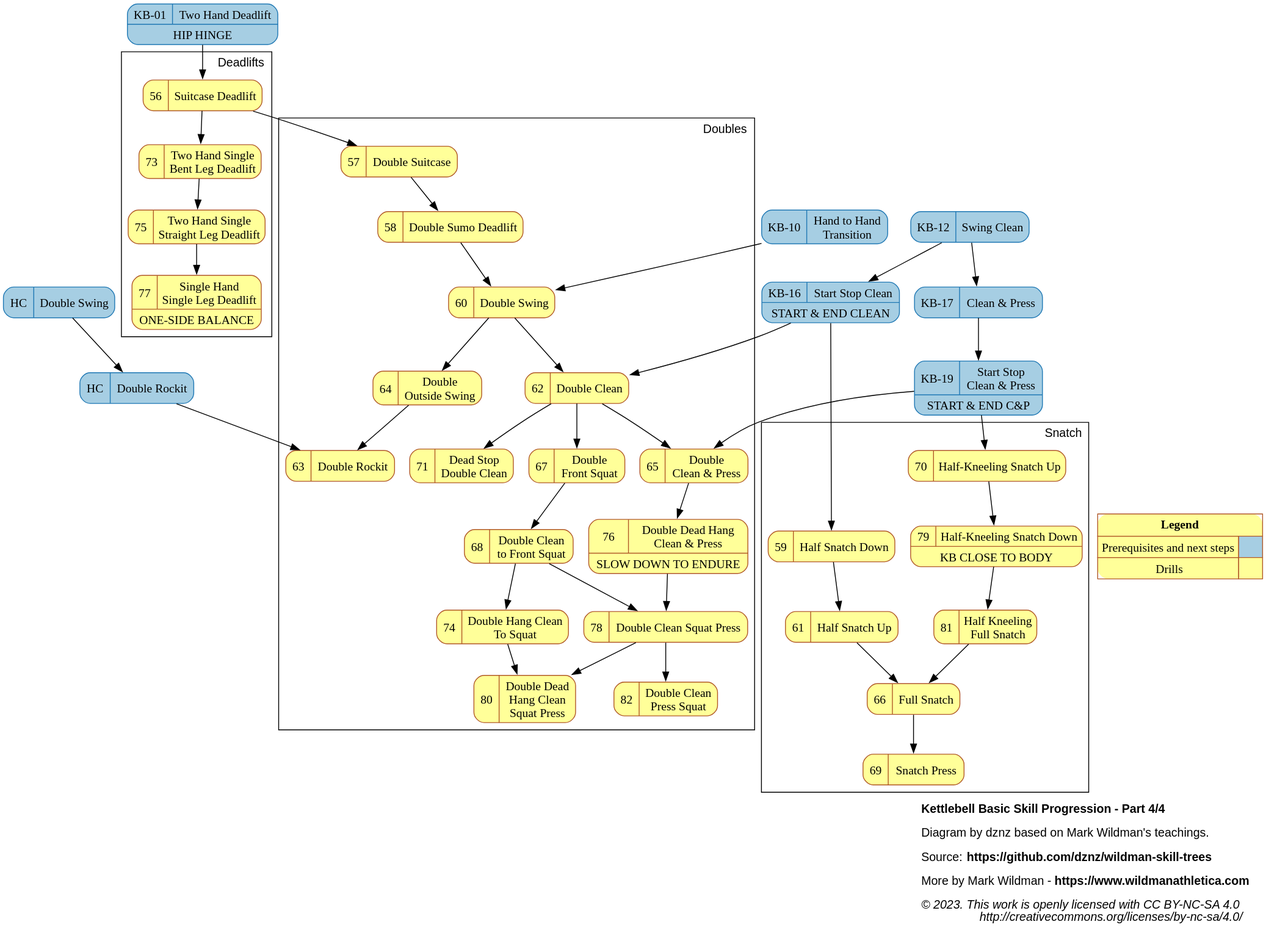
dznz/wildman-skill-trees keeps this PlantUML diagram as dist/kb_progression_4.svg. Above is the earlier version. Its source is kept beside it as src/kb/kb_progression_4.puml.
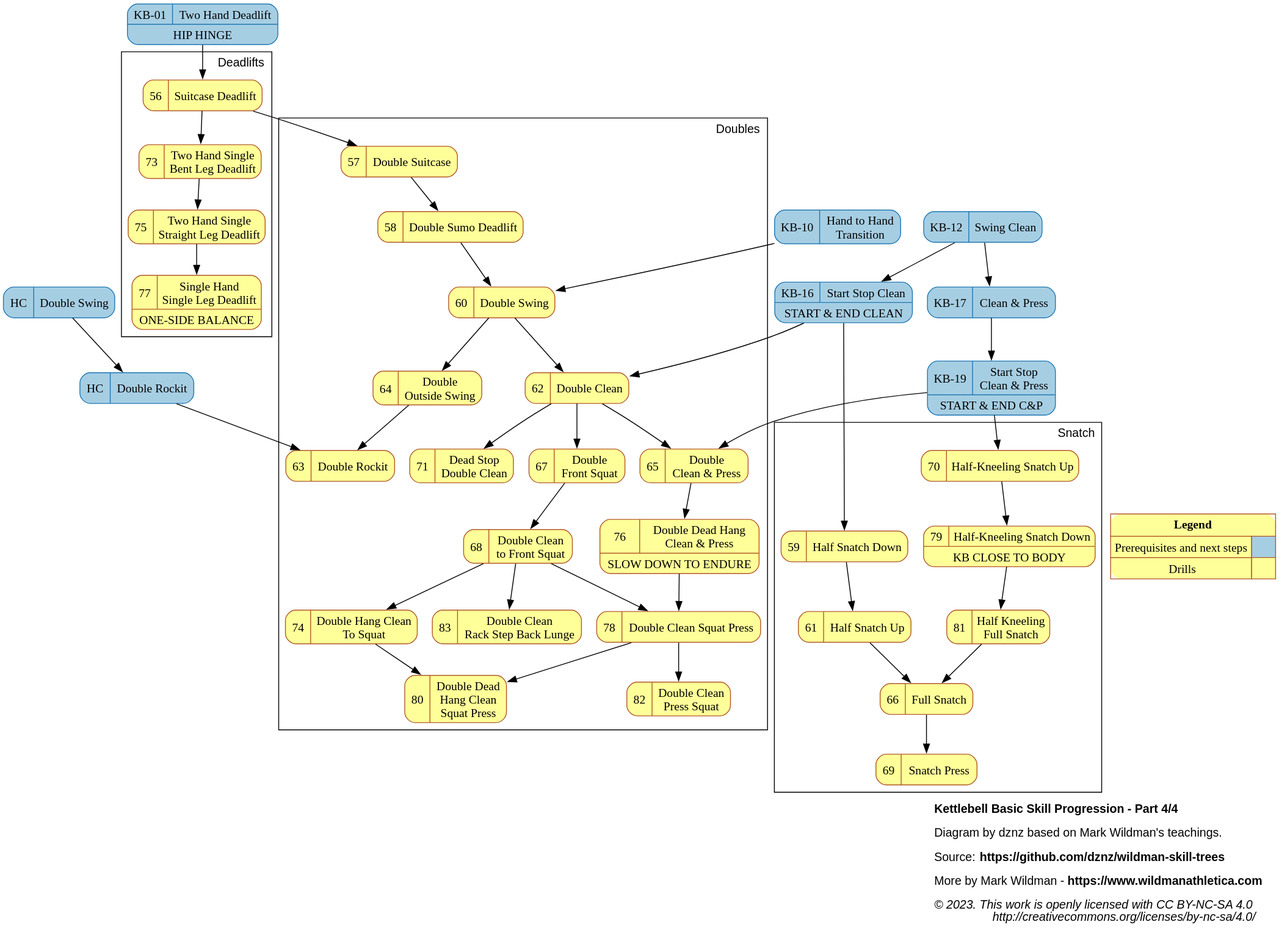
The same file after the commit.

Change to the diagram source:
```diff
@@ -61,6 +61,7 @@
   mov_80_dblhangcsp         [label="{{80|Double Dead\nHang Clean\nSquat Press}}"                URL="https://www.youtube.com/watch?v=DpGOSw7kGO0"];
   mov_81_kneelsnatch        [label="{{81|Half Kneeling\nFull Snatch}}"                          URL="https://www.youtube.com/watch?v=axx4kfUzkl4"];
   mov_82_dblcleanpresssq    [label="{{82|Double Clean\nPress Squat}}"                           URL="https://www.youtube.com/watch?v=t5fDkX3vjiU"];
+  mov_83_dblcleansblunge    [label="{{83|Double Clean\nRack Step Back Lunge}}"                  URL="https://www.youtube.com/watch?v=mNt7guHRP4U"];
 
   // Precursor dependencies
   ext_hc_dblswing -> ext_hc_dblrockit;
@@ -102,6 +103,7 @@
     {mov_76_dblhangcap, mov_68_dblclean2squat} -> mov_78_dblcleansqpress;
     {mov_74_dblhangclean2squat, mov_78_dblcleansqpress} -> mov_80_dblhangcsp;
     {mov_78_dblcleansqpress} -> mov_82_dblcleanpresssq
+    {mov_68_dblclean2squat} -> mov_83_dblcleansblunge
   }
 
   subgraph cluster_snatch {
```
